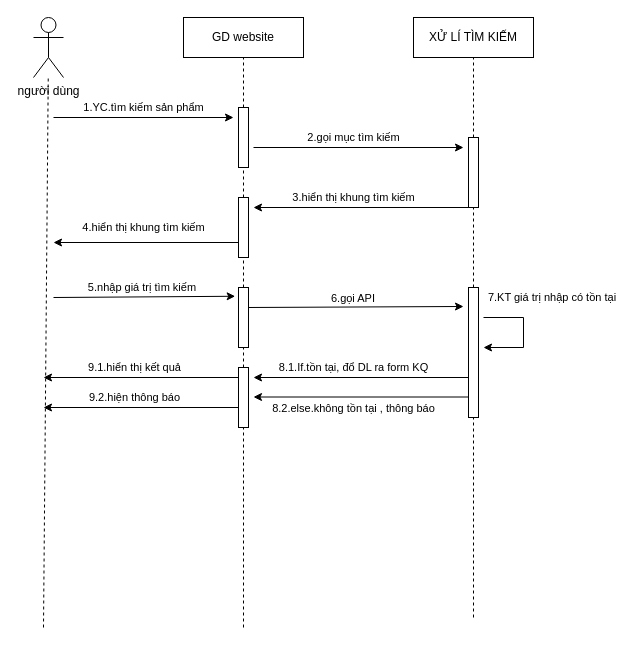
trucka312/diagram keeps this draw.io diagram as page "seach" (3 of 8) of sequnece.drawio. Above is the earlier version. Source tidied: cells renumbered, new cells numbered last; positions are measured from the earlier drawing's top-left corner, leaving out a move shared by most shapes. Both pictures are drawn from the tidied source at 100%, with x=0, y=0 at pixel (33, 17).
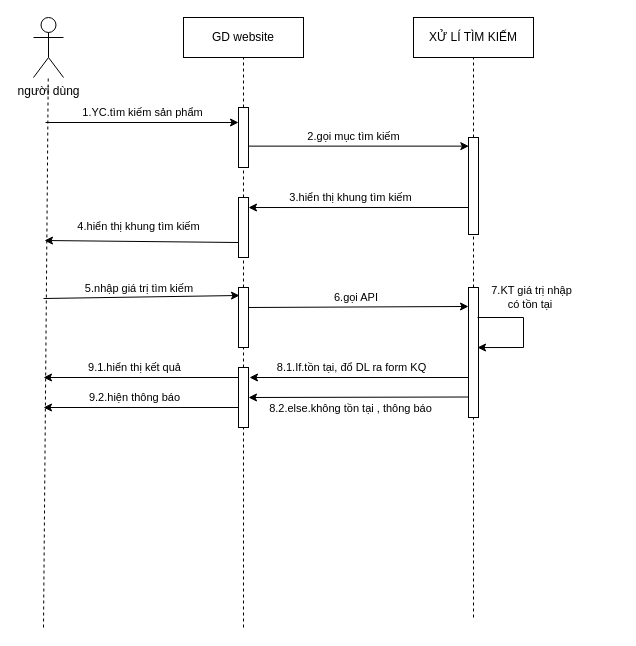
Above is the later version.

The change refers to these unchanged cells:
```xml
<mxCell id="9" style="rounded=0;whiteSpace=wrap;html=1;" parent="1" vertex="1">
  <mxGeometry x="205" y="90" width="10" height="60" as="geometry" />
</mxCell>
<mxCell id="15" style="rounded=0;whiteSpace=wrap;html=1;" parent="1" vertex="1">
  <mxGeometry x="205" y="180" width="10" height="60" as="geometry" />
</mxCell>
<mxCell id="19" style="rounded=0;whiteSpace=wrap;html=1;" parent="1" vertex="1">
  <mxGeometry x="205" y="270" width="10" height="60" as="geometry" />
</mxCell>
<mxCell id="22" style="rounded=0;whiteSpace=wrap;html=1;" parent="1" vertex="1">
  <mxGeometry x="435" y="270" width="10" height="130" as="geometry" />
</mxCell>
<mxCell id="28" style="rounded=0;whiteSpace=wrap;html=1;" parent="1" vertex="1">
  <mxGeometry x="205" y="350" width="10" height="60" as="geometry" />
</mxCell>
```

Diff of the diagram source:
```diff
@@
-    <mxCell id="8" value="1.YC.tìm kiếm sản phẩm" style="endArrow=classic;html=1;rounded=0;" parent="1" edge="1">
+    <mxCell id="8" value="1.YC.tìm kiếm sản phẩm" style="endArrow=classic;html=1;rounded=0;entryX=0;entryY=0.25;entryDx=0;entryDy=0;" parent="1" edge="1" target="9">
       <mxGeometry y="10" relative="1" as="geometry">
-        <mxPoint x="20" y="100" as="sourcePoint" />
-        <mxPoint x="200" y="100" as="targetPoint" />
+        <mxPoint x="12" y="105" as="sourcePoint" />
       </mxGeometry>
     </mxCell>
@@
-    <mxCell id="11" value="2.gọi mục tìm kiếm" style="endArrow=classic;html=1;rounded=0;" parent="1" edge="1">
-      <mxGeometry x="-0.05" y="10" relative="1" as="geometry">
-        <mxPoint x="220" y="130" as="sourcePoint" />
-        <mxPoint x="430" y="130" as="targetPoint" />
-      </mxGeometry>
+    <mxCell id="11" value="2.gọi mục tìm kiếm" style="endArrow=classic;html=1;rounded=0;entryX=0.034;entryY=0.089;entryDx=0;entryDy=0;entryPerimeter=0;exitX=1;exitY=0.644;exitDx=0;exitDy=0;exitPerimeter=0;" parent="1" edge="1" source="9" target="12">
+      <mxGeometry x="-0.05" y="10" relative="1" as="geometry" />
     </mxCell>
     <mxCell id="12" style="rounded=0;whiteSpace=wrap;html=1;" parent="1" vertex="1">
-      <mxGeometry x="435" y="120" width="10" height="70" as="geometry" />
+      <mxGeometry x="435" y="120" width="10" height="97" as="geometry" />
     </mxCell>
@@
-    <mxCell id="14" value="3.hiển thị khung tìm kiếm" style="endArrow=classic;html=1;rounded=0;" parent="1" edge="1">
+    <mxCell id="14" value="3.hiển thị khung tìm kiếm" style="endArrow=classic;html=1;rounded=0;entryX=1;entryY=0.167;entryDx=0;entryDy=0;entryPerimeter=0;" parent="1" edge="1" target="15">
       <mxGeometry x="0.07" y="-10" relative="1" as="geometry">
         <mxPoint x="435" y="190" as="sourcePoint" />
-        <mxPoint x="220" y="190" as="targetPoint" />
       </mxGeometry>
     </mxCell>
@@
     <mxCell id="17" value="4.hiển thị khung tìm kiếm" style="endArrow=classic;html=1;rounded=0;exitX=0;exitY=0.75;exitDx=0;exitDy=0;" parent="1" edge="1" source="15">
       <mxGeometry x="0.03" y="-15" relative="1" as="geometry">
-        <mxPoint x="20" y="225" as="targetPoint" />
+        <mxPoint x="11" y="223" as="targetPoint" />
       </mxGeometry>
     </mxCell>
-    <mxCell id="18" value="5.nhập giá trị tìm kiếm&amp;nbsp;" style="endArrow=classic;html=1;rounded=0;entryX=-0.333;entryY=0.146;entryDx=0;entryDy=0;entryPerimeter=0;" parent="1" edge="1" target="19">
+    <mxCell id="18" value="5.nhập giá trị tìm kiếm&amp;nbsp;" style="endArrow=classic;html=1;rounded=0;entryX=0.1;entryY=0.133;entryDx=0;entryDy=0;entryPerimeter=0;" parent="1" edge="1" target="19">
       <mxGeometry x="-0.01" y="9" relative="1" as="geometry">
-        <mxPoint x="20" y="280" as="sourcePoint" />
+        <mxPoint x="10" y="281" as="sourcePoint" />
       </mxGeometry>
     </mxCell>
@@
-    <mxCell id="21" value="6.gọi API&amp;nbsp;" style="endArrow=classic;html=1;rounded=0;" parent="1" edge="1">
+    <mxCell id="21" value="6.gọi API&amp;nbsp;" style="endArrow=classic;html=1;rounded=0;entryX=0;entryY=0.146;entryDx=0;entryDy=0;entryPerimeter=0;" parent="1" edge="1" target="22">
       <mxGeometry x="-0.01" y="9" relative="1" as="geometry">
         <mxPoint x="215" y="290" as="sourcePoint" />
-        <mxPoint x="430" y="289" as="targetPoint" />
       </mxGeometry>
     </mxCell>
@@
-    <mxCell id="24" value="7.KT giá trị nhập có tồn tại&amp;nbsp;" style="endArrow=classic;html=1;rounded=0;" parent="1" edge="1">
-      <mxGeometry x="-0.27" y="36" relative="1" as="geometry">
-        <mxPoint x="450" y="300" as="sourcePoint" />
-        <mxPoint x="450" y="330" as="targetPoint" />
+    <mxCell id="24" value="7.KT giá trị nhập &lt;br&gt;có tồn tại&amp;nbsp;" style="endArrow=classic;html=1;rounded=0;entryX=0.9;entryY=0.462;entryDx=0;entryDy=0;entryPerimeter=0;" parent="1" edge="1" target="22">
+      <mxGeometry x="-0.21" y="23" relative="1" as="geometry">
+        <mxPoint x="444" y="300" as="sourcePoint" />
         <Array as="points">
           <mxPoint x="490" y="300" />
           <mxPoint x="490" y="330" />
         </Array>
-        <mxPoint x="-6" y="-20" as="offset" />
+        <mxPoint x="-15" y="-22" as="offset" />
       </mxGeometry>
     </mxCell>
@@
     <mxCell id="27" value="8.1.If.tồn tại, đổ DL ra form KQ" style="endArrow=classic;html=1;rounded=0;" parent="1" edge="1">
       <mxGeometry x="0.07" y="-10" relative="1" as="geometry">
         <mxPoint x="435" y="360" as="sourcePoint" />
-        <mxPoint x="220" y="360" as="targetPoint" />
+        <mxPoint x="216" y="360" as="targetPoint" />
       </mxGeometry>
     </mxCell>
@@
-    <mxCell id="30" value="8.2.else.không tồn tại , thông báo" style="endArrow=classic;html=1;rounded=0;" parent="1" edge="1">
+    <mxCell id="30" value="8.2.else.không tồn tại , thông báo" style="endArrow=classic;html=1;rounded=0;entryX=1;entryY=0.5;entryDx=0;entryDy=0;" parent="1" edge="1" target="28">
       <mxGeometry x="0.07" y="11" relative="1" as="geometry">
         <mxPoint x="435" y="379.5" as="sourcePoint" />
-        <mxPoint x="220" y="379.5" as="targetPoint" />
       </mxGeometry>
     </mxCell>
```
